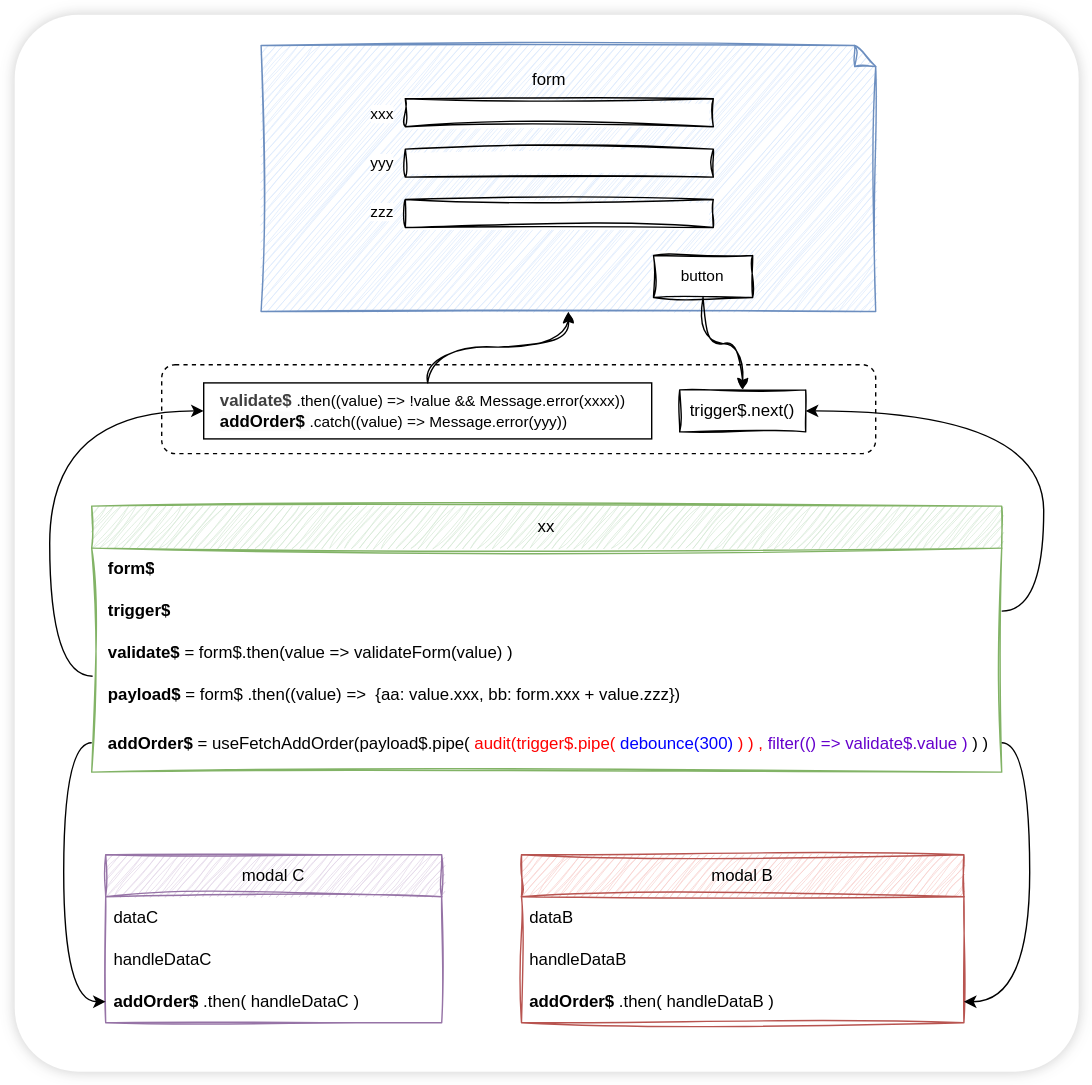
Above: packages/public/stream-code.drawio.svg in fluthjs/fluth-vue (draw.io), before the change. Source tidied: cells renumbered, new cells last; positions are measured from the earlier drawing's top-left corner, leaving out a move shared by most shapes.
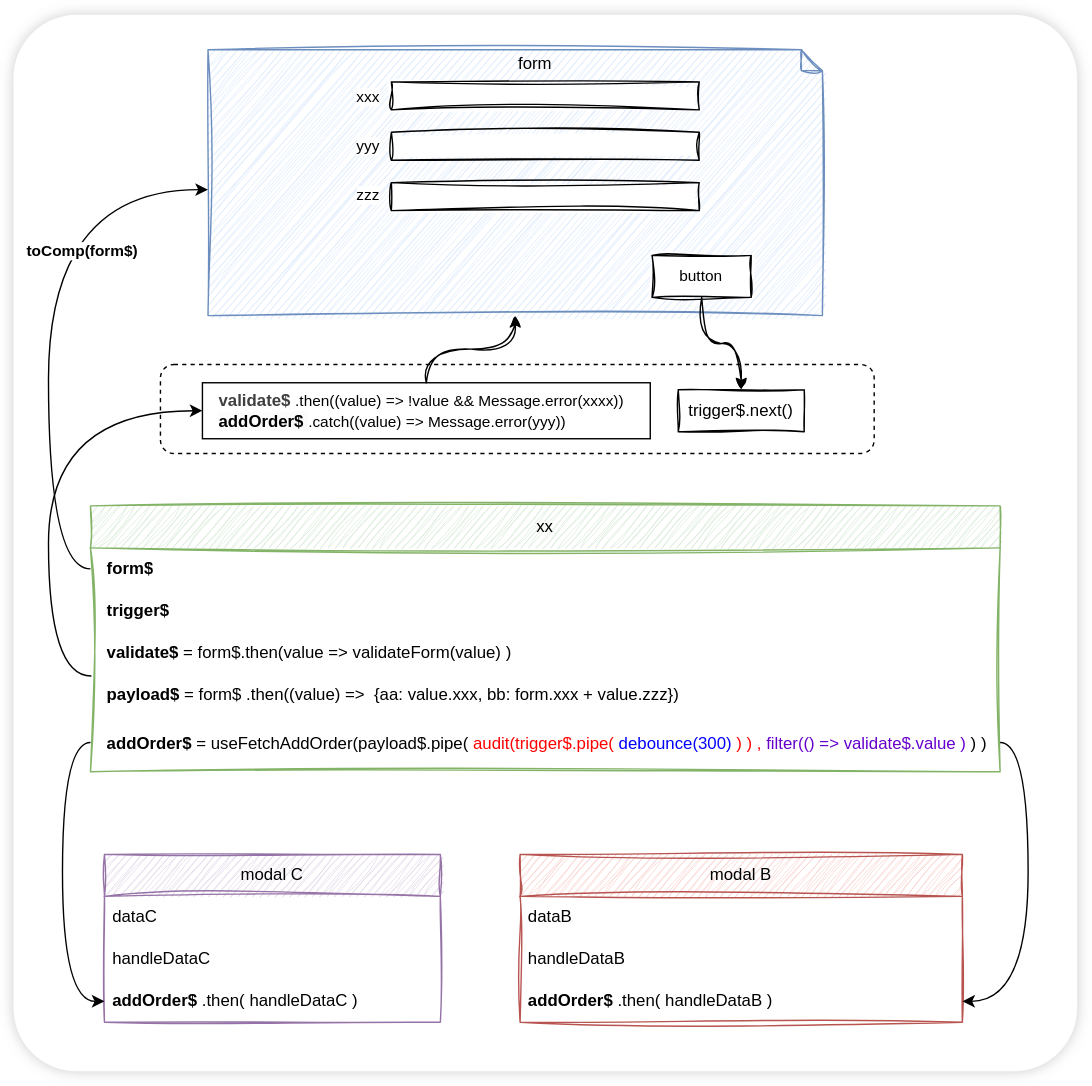
After the change.

The edit, as a diff of the source:
```diff
@@ -5,6 +5,9 @@
     <mxCell id="2" style="rounded=1;whiteSpace=wrap;html=1;fontFamily=Helvetica;fontSize=11;fontColor=default;labelBackgroundColor=default;arcSize=6;shadow=1;glass=0;strokeColor=none;shadowOffsetX=0;shadowOffsetY=0;shadowBlur=5;shadowColor=#333333;" parent="1" vertex="1">
       <mxGeometry width="760" height="755" as="geometry" />
     </mxCell>
+    <mxCell id="41" style="shape=mxgraph.bpmn.data;labelPosition=center;verticalLabelPosition=bottom;align=center;verticalAlign=top;size=15;html=1;fontFamily=Helvetica;fontSize=11;labelBackgroundColor=default;fillColor=#dae8fc;strokeColor=#6c8ebf;rounded=0;sketch=1;curveFitting=1;jiggle=2;fontColor=#000000;fontStyle=0;" parent="1" vertex="1">
+      <mxGeometry x="139" y="25" width="439" height="190" as="geometry" />
+    </mxCell>
     <mxCell id="3" value="modal B" style="swimlane;fontStyle=0;horizontal=1;startSize=30;whiteSpace=wrap;html=1;rounded=0;fillColor=#f8cecc;strokeColor=#b85450;sketch=1;curveFitting=1;jiggle=2;fontColor=#000000;" parent="1" vertex="1">
       <mxGeometry x="362" y="600" width="316" height="120" as="geometry" />
     </mxCell>
@@ -53,9 +56,6 @@
     <mxCell id="18" style="rounded=1;whiteSpace=wrap;html=1;fontFamily=Helvetica;fontSize=11;fontColor=default;labelBackgroundColor=default;dashed=1;" parent="17" vertex="1">
       <mxGeometry x="-10" y="220" width="510" height="63.5" as="geometry" />
     </mxCell>
-    <mxCell id="19" style="shape=mxgraph.bpmn.data;labelPosition=center;verticalLabelPosition=bottom;align=center;verticalAlign=top;size=15;html=1;fontFamily=Helvetica;fontSize=11;labelBackgroundColor=default;fillColor=#dae8fc;strokeColor=#6c8ebf;rounded=0;sketch=1;curveFitting=1;jiggle=2;fontColor=#000000;fontStyle=0;" parent="17" vertex="1">
-      <mxGeometry x="61" y="-8" width="439" height="190" as="geometry" />
-    </mxCell>
     <mxCell id="20" style="group;rounded=0;sketch=1;curveFitting=1;jiggle=2;fontColor=#000000;fontStyle=0;" parent="17" vertex="1">
       <mxGeometry x="1.4" y="2" width="410.7" height="170" as="geometry" />
     </mxCell>
@@ -71,11 +71,32 @@
     <mxCell id="24" style="edgeStyle=orthogonalEdgeStyle;shape=connector;curved=1;rounded=0;html=1;strokeColor=default;align=center;verticalAlign=middle;fontFamily=Helvetica;fontSize=11;fontColor=#000000;labelBackgroundColor=default;endArrow=classic;sketch=1;curveFitting=1;jiggle=2;fontStyle=0;entryX=0.5;entryY=0;entryDx=0;entryDy=0;" parent="17" edge="1" source="21" target="23">
       <mxGeometry relative="1" as="geometry" />
     </mxCell>
-    <mxCell id="25" style="edgeStyle=orthogonalEdgeStyle;html=1;entryX=0.5;entryY=1;entryDx=0;entryDy=0;entryPerimeter=0;curved=1;sketch=1;curveFitting=1;jiggle=2;" parent="17" edge="1" source="22" target="19">
-      <mxGeometry relative="1" as="geometry" />
-    </mxCell>
+    <mxCell id="37" style="edgeStyle=orthogonalEdgeStyle;shape=connector;curved=1;rounded=1;html=1;entryX=1;entryY=0.5;entryDx=0;entryDy=0;strokeColor=default;align=center;verticalAlign=middle;fontFamily=Helvetica;fontSize=11;fontColor=default;labelBackgroundColor=default;endArrow=classic;" parent="1" edge="1" source="16" target="6">
+      <mxGeometry relative="1" as="geometry">
+        <Array as="points">
+          <mxPoint x="725" y="520" />
+          <mxPoint x="725" y="705" />
+        </Array>
+      </mxGeometry>
+    </mxCell>
+    <mxCell id="38" style="edgeStyle=orthogonalEdgeStyle;shape=connector;curved=1;rounded=1;html=1;entryX=0;entryY=0.5;entryDx=0;entryDy=0;strokeColor=default;align=center;verticalAlign=middle;fontFamily=Helvetica;fontSize=11;fontColor=default;labelBackgroundColor=default;endArrow=classic;" parent="1" edge="1" source="16" target="10">
+      <mxGeometry relative="1" as="geometry">
+        <Array as="points">
+          <mxPoint x="35" y="520" />
+          <mxPoint x="35" y="705" />
+        </Array>
+      </mxGeometry>
+    </mxCell>
+    <mxCell id="39" style="edgeStyle=orthogonalEdgeStyle;html=1;entryX=0;entryY=0.5;entryDx=0;entryDy=0;curved=1;exitX=0.001;exitY=0.052;exitDx=0;exitDy=0;exitPerimeter=0;" parent="1" edge="1" source="15" target="22">
+      <mxGeometry relative="1" as="geometry">
+        <Array as="points">
+          <mxPoint x="25" y="473" />
+          <mxPoint x="25" y="283" />
+        </Array>
+      </mxGeometry>
+    </mxCell>
     <mxCell id="26" style="group;rounded=0;sketch=1;curveFitting=1;jiggle=2;fontColor=#000000;fontStyle=0;" parent="1" vertex="1">
-      <mxGeometry x="224" y="32" width="290" height="119" as="geometry" />
+      <mxGeometry x="215" y="20" width="370" height="190" as="geometry" />
     </mxCell>
     <mxCell id="27" value="xxx" style="strokeWidth=1;shadow=0;dashed=0;align=center;html=1;shape=mxgraph.mockup.forms.anchor;align=right;spacingRight=2;fontColor=#000000;fontFamily=Helvetica;fontSize=11;labelBackgroundColor=default;strokeColor=#000000;rounded=0;sketch=1;curveFitting=1;jiggle=2;fontStyle=0;" parent="26" vertex="1">
       <mxGeometry y="30" width="50" height="18" as="geometry" />
@@ -107,37 +128,22 @@
     <mxCell id="36" style="rounded=0;whiteSpace=wrap;html=1;sketch=1;curveFitting=1;jiggle=2;fontColor=#000000;fontStyle=0;" parent="26" vertex="1">
       <mxGeometry x="55" y="100" width="220" height="20" as="geometry" />
     </mxCell>
-    <mxCell id="37" style="edgeStyle=orthogonalEdgeStyle;shape=connector;curved=1;rounded=1;html=1;entryX=1;entryY=0.5;entryDx=0;entryDy=0;strokeColor=default;align=center;verticalAlign=middle;fontFamily=Helvetica;fontSize=11;fontColor=default;labelBackgroundColor=default;endArrow=classic;" parent="1" edge="1" source="16" target="6">
-      <mxGeometry relative="1" as="geometry">
-        <Array as="points">
-          <mxPoint x="725" y="520" />
-          <mxPoint x="725" y="705" />
-        </Array>
-      </mxGeometry>
-    </mxCell>
-    <mxCell id="38" style="edgeStyle=orthogonalEdgeStyle;shape=connector;curved=1;rounded=1;html=1;entryX=0;entryY=0.5;entryDx=0;entryDy=0;strokeColor=default;align=center;verticalAlign=middle;fontFamily=Helvetica;fontSize=11;fontColor=default;labelBackgroundColor=default;endArrow=classic;" parent="1" edge="1" source="16" target="10">
-      <mxGeometry relative="1" as="geometry">
-        <Array as="points">
-          <mxPoint x="35" y="520" />
-          <mxPoint x="35" y="705" />
-        </Array>
-      </mxGeometry>
-    </mxCell>
-    <mxCell id="39" style="edgeStyle=orthogonalEdgeStyle;html=1;entryX=0;entryY=0.5;entryDx=0;entryDy=0;curved=1;exitX=0.001;exitY=0.052;exitDx=0;exitDy=0;exitPerimeter=0;" parent="1" edge="1" source="15" target="22">
-      <mxGeometry relative="1" as="geometry">
-        <Array as="points">
-          <mxPoint x="25" y="473" />
-          <mxPoint x="25" y="283" />
-        </Array>
-      </mxGeometry>
-    </mxCell>
-    <mxCell id="40" style="edgeStyle=orthogonalEdgeStyle;html=1;entryX=1;entryY=0.5;entryDx=0;entryDy=0;curved=1;" parent="1" edge="1" source="13" target="23">
-      <mxGeometry relative="1" as="geometry">
-        <Array as="points">
-          <mxPoint x="735" y="426" />
-          <mxPoint x="735" y="283" />
-        </Array>
-      </mxGeometry>
-    </mxCell>
+    <mxCell id="42" style="edgeStyle=orthogonalEdgeStyle;shape=connector;curved=1;rounded=1;html=1;strokeColor=default;align=center;verticalAlign=middle;fontFamily=Helvetica;fontSize=11;fontColor=default;labelBackgroundColor=default;endArrow=classic;" parent="1" edge="1" source="12">
+      <mxGeometry relative="1" as="geometry">
+        <mxPoint x="139" y="125" as="targetPoint" />
+        <Array as="points">
+          <mxPoint x="25" y="396" />
+          <mxPoint x="25" y="125" />
+        </Array>
+      </mxGeometry>
+    </mxCell>
+    <mxCell id="43" value="&lt;b&gt;toComp(form$)&lt;/b&gt;" style="edgeLabel;html=1;align=center;verticalAlign=middle;fontFamily=Helvetica;fontSize=11;fontColor=default;labelBackgroundColor=default;" parent="42" vertex="1">
+      <mxGeometry x="0.23" y="-23" relative="1" as="geometry">
+        <mxPoint y="-1" as="offset" />
+      </mxGeometry>
+    </mxCell>
+    <mxCell id="44" style="edgeStyle=orthogonalEdgeStyle;shape=connector;curved=1;rounded=1;html=1;strokeColor=default;align=center;verticalAlign=middle;fontFamily=Helvetica;fontSize=11;fontColor=default;labelBackgroundColor=default;endArrow=classic;sketch=1;curveFitting=1;jiggle=2;entryX=0.5;entryY=1;entryDx=0;entryDy=0;entryPerimeter=0;" parent="1" edge="1" source="22" target="41">
+      <mxGeometry relative="1" as="geometry" />
+    </mxCell>
   </root>
 </mxGraphModel>
```
